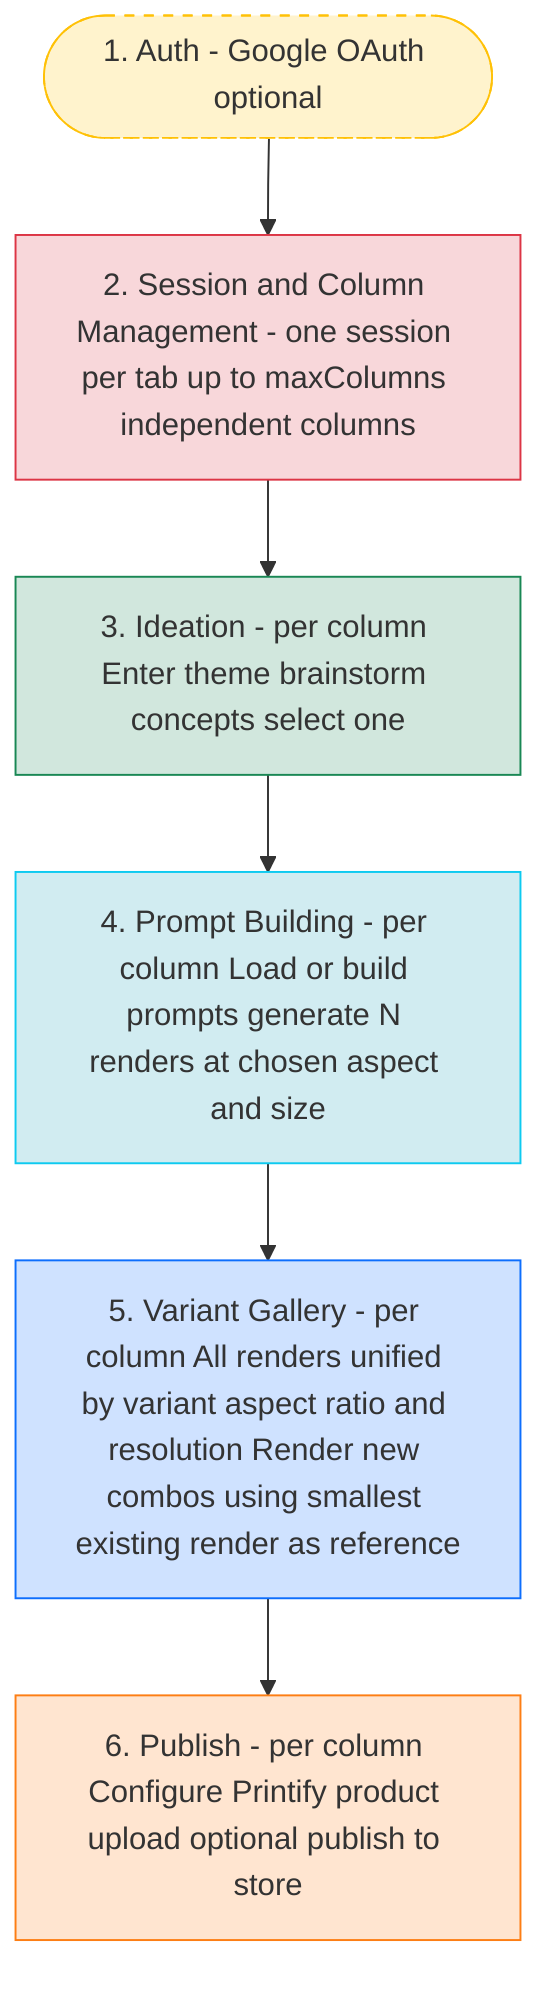
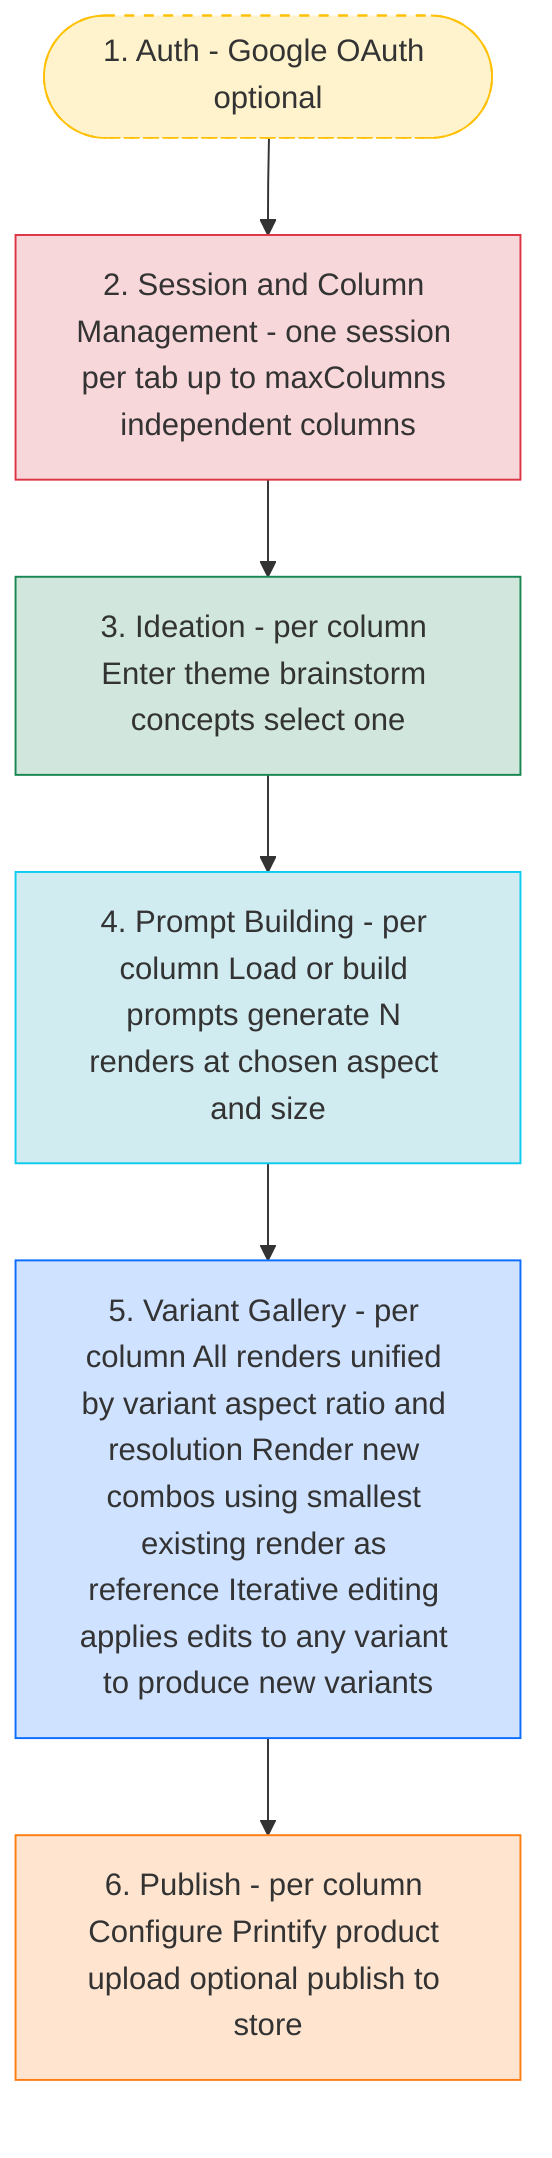
graph TD
    Auth([1. Auth - Google OAuth optional])
    ColMgmt[2. Session and Column Management - one session per tab up to maxColumns independent columns]
    Ideation[3. Ideation - per column Enter theme brainstorm concepts select one]
    PromptBuild[4. Prompt Building - per column Load or build prompts generate N renders at chosen aspect and size]
-     Variants[5. Variant Gallery - per column All renders unified by variant aspect ratio and resolution Render new combos using smallest existing render as reference]
+     Variants[5. Variant Gallery - per column All renders unified by variant aspect ratio and resolution Render new combos using smallest existing render as reference Iterative editing applies edits to any variant to produce new variants]
    Publish[6. Publish - per column Configure Printify product upload optional publish to store]

    Auth --> ColMgmt
    ColMgmt --> Ideation
    Ideation --> PromptBuild
    PromptBuild --> Variants
    Variants --> Publish

    style Auth fill:#fff3cd,stroke:#ffc107,stroke-dasharray: 5 5
    style ColMgmt fill:#f8d7da,stroke:#dc3545
    style Ideation fill:#d1e7dd,stroke:#198754
    style PromptBuild fill:#d1ecf1,stroke:#0dcaf0
    style Variants fill:#cfe2ff,stroke:#0d6efd
    style Publish fill:#ffe5d0,stroke:#fd7e14
